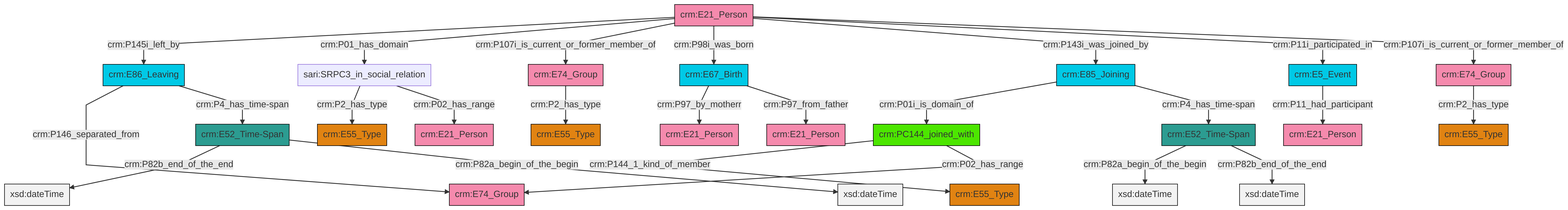
This is et/personCSV/ttl/mmd/png/Person_Actor_Relations.png from swiss-art-research-net/docs.swissartresearch, a Mermaid export, as it was before one commit. Its source is kept beside it as et/personCSV/ttl/mmd/Person_Actor_Relations.ttl.mmd. Its diagram source:
```mermaid
graph TD
classDef Literal fill:#f2f2f2,stroke:#000000;
classDef CRM_Entity fill:#FFFFFF,stroke:#000000;
classDef Temporal_Entity fill:#00C9E6, stroke:#000000;
classDef Type fill:#E18312, stroke:#000000;
classDef Time-Span fill:#2C9C91, stroke:#000000;
classDef Appellation fill:#FFEB7F, stroke:#000000;
classDef Place fill:#008836, stroke:#000000;
classDef Persistent_Item fill:#B266B2, stroke:#000000;
classDef Conceptual_Object fill:#FFD700, stroke:#000000;
classDef Physical_Thing fill:#D2B48C, stroke:#000000;
classDef Actor fill:#f58aad, stroke:#000000;
classDef PC_Classes fill:#4ce600, stroke:#000000;
classDef Multi fill:#cccccc,stroke:#000000;

0["crm:E21_Person"]:::Actor -->|crm:P145i_left_by| 2["crm:E86_Leaving"]:::Temporal_Entity
7["crm:E67_Birth"]:::Temporal_Entity -->|crm:P97_by_motherr| 8["crm:E21_Person"]:::Actor
0["crm:E21_Person"]:::Actor -->|crm:P01_has_domain| 9["sari:SRPC3_in_social_relation"]:::Default
0["crm:E21_Person"]:::Actor -->|crm:P107i_is_current_or_former_member_of| 10["crm:E74_Group"]:::Actor
18["crm:E74_Group"]:::Actor -->|crm:P2_has_type| 19["crm:E55_Type"]:::Type
2["crm:E86_Leaving"]:::Temporal_Entity -->|crm:P146_separated_from| 20["crm:E74_Group"]:::Actor
22["crm:E52_Time-Span"]:::Time-Span -->|crm:P82a_begin_of_the_begin| 24[xsd:dateTime]:::Literal
25["crm:E85_Joining"]:::Temporal_Entity -->|crm:P01i_is_domain_of| 26["crm:PC144_joined_with"]:::PC_Classes
11["crm:E5_Event"]:::Temporal_Entity -->|crm:P11_had_participant| 31["crm:E21_Person"]:::Actor
9["sari:SRPC3_in_social_relation"]:::Default -->|crm:P2_has_type| 32["crm:E55_Type"]:::Type
13["crm:E52_Time-Span"]:::Time-Span -->|crm:P82b_end_of_the_end| 35[xsd:dateTime]:::Literal
26["crm:PC144_joined_with"]:::PC_Classes -->|crm:P144_1_kind_of_member| 15["crm:E55_Type"]:::Type
0["crm:E21_Person"]:::Actor -->|crm:P98i_was_born| 7["crm:E67_Birth"]:::Temporal_Entity
9["sari:SRPC3_in_social_relation"]:::Default -->|crm:P02_has_range| 5["crm:E21_Person"]:::Actor
25["crm:E85_Joining"]:::Temporal_Entity -->|crm:P4_has_time-span| 22["crm:E52_Time-Span"]:::Time-Span
2["crm:E86_Leaving"]:::Temporal_Entity -->|crm:P4_has_time-span| 13["crm:E52_Time-Span"]:::Time-Span
0["crm:E21_Person"]:::Actor -->|crm:P143i_was_joined_by| 25["crm:E85_Joining"]:::Temporal_Entity
0["crm:E21_Person"]:::Actor -->|crm:P11i_participated_in| 11["crm:E5_Event"]:::Temporal_Entity
7["crm:E67_Birth"]:::Temporal_Entity -->|crm:P97_from_father| 28["crm:E21_Person"]:::Actor
26["crm:PC144_joined_with"]:::PC_Classes -->|crm:P02_has_range| 20["crm:E74_Group"]:::Actor
22["crm:E52_Time-Span"]:::Time-Span -->|crm:P82b_end_of_the_end| 41[xsd:dateTime]:::Literal
0["crm:E21_Person"]:::Actor -->|crm:P107i_is_current_or_former_member_of| 18["crm:E74_Group"]:::Actor
10["crm:E74_Group"]:::Actor -->|crm:P2_has_type| 3["crm:E55_Type"]:::Type
13["crm:E52_Time-Span"]:::Time-Span -->|crm:P82a_begin_of_the_begin| 46[xsd:dateTime]:::Literal
```
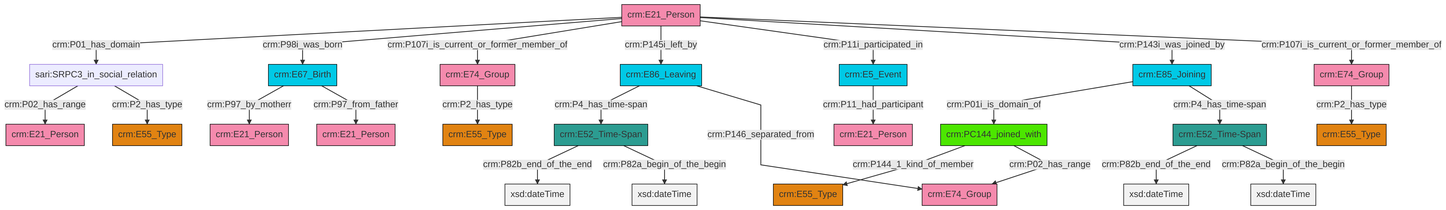
The same file after the commit.

Change to the diagram source:
```diff
@@ -13,27 +13,27 @@
 classDef PC_Classes fill:#4ce600, stroke:#000000;
 classDef Multi fill:#cccccc,stroke:#000000;
 
-0["crm:E21_Person"]:::Actor -->|crm:P145i_left_by| 2["crm:E86_Leaving"]:::Temporal_Entity
-7["crm:E67_Birth"]:::Temporal_Entity -->|crm:P97_by_motherr| 8["crm:E21_Person"]:::Actor
-0["crm:E21_Person"]:::Actor -->|crm:P01_has_domain| 9["sari:SRPC3_in_social_relation"]:::Default
-0["crm:E21_Person"]:::Actor -->|crm:P107i_is_current_or_former_member_of| 10["crm:E74_Group"]:::Actor
-18["crm:E74_Group"]:::Actor -->|crm:P2_has_type| 19["crm:E55_Type"]:::Type
-2["crm:E86_Leaving"]:::Temporal_Entity -->|crm:P146_separated_from| 20["crm:E74_Group"]:::Actor
-22["crm:E52_Time-Span"]:::Time-Span -->|crm:P82a_begin_of_the_begin| 24[xsd:dateTime]:::Literal
-25["crm:E85_Joining"]:::Temporal_Entity -->|crm:P01i_is_domain_of| 26["crm:PC144_joined_with"]:::PC_Classes
-11["crm:E5_Event"]:::Temporal_Entity -->|crm:P11_had_participant| 31["crm:E21_Person"]:::Actor
-9["sari:SRPC3_in_social_relation"]:::Default -->|crm:P2_has_type| 32["crm:E55_Type"]:::Type
-13["crm:E52_Time-Span"]:::Time-Span -->|crm:P82b_end_of_the_end| 35[xsd:dateTime]:::Literal
-26["crm:PC144_joined_with"]:::PC_Classes -->|crm:P144_1_kind_of_member| 15["crm:E55_Type"]:::Type
-0["crm:E21_Person"]:::Actor -->|crm:P98i_was_born| 7["crm:E67_Birth"]:::Temporal_Entity
-9["sari:SRPC3_in_social_relation"]:::Default -->|crm:P02_has_range| 5["crm:E21_Person"]:::Actor
-25["crm:E85_Joining"]:::Temporal_Entity -->|crm:P4_has_time-span| 22["crm:E52_Time-Span"]:::Time-Span
-2["crm:E86_Leaving"]:::Temporal_Entity -->|crm:P4_has_time-span| 13["crm:E52_Time-Span"]:::Time-Span
-0["crm:E21_Person"]:::Actor -->|crm:P143i_was_joined_by| 25["crm:E85_Joining"]:::Temporal_Entity
-0["crm:E21_Person"]:::Actor -->|crm:P11i_participated_in| 11["crm:E5_Event"]:::Temporal_Entity
-7["crm:E67_Birth"]:::Temporal_Entity -->|crm:P97_from_father| 28["crm:E21_Person"]:::Actor
-26["crm:PC144_joined_with"]:::PC_Classes -->|crm:P02_has_range| 20["crm:E74_Group"]:::Actor
-22["crm:E52_Time-Span"]:::Time-Span -->|crm:P82b_end_of_the_end| 41[xsd:dateTime]:::Literal
-0["crm:E21_Person"]:::Actor -->|crm:P107i_is_current_or_former_member_of| 18["crm:E74_Group"]:::Actor
-10["crm:E74_Group"]:::Actor -->|crm:P2_has_type| 3["crm:E55_Type"]:::Type
-13["crm:E52_Time-Span"]:::Time-Span -->|crm:P82a_begin_of_the_begin| 46[xsd:dateTime]:::Literal
+0["crm:E21_Person"]:::Actor -->|crm:P01_has_domain| 1["sari:SRPC3_in_social_relation"]:::Default
+2["crm:E52_Time-Span"]:::Time-Span -->|crm:P82b_end_of_the_end| 3[xsd:dateTime]:::Literal
+0["crm:E21_Person"]:::Actor -->|crm:P98i_was_born| 4["crm:E67_Birth"]:::Temporal_Entity
+9["crm:E74_Group"]:::Actor -->|crm:P2_has_type| 10["crm:E55_Type"]:::Type
+0["crm:E21_Person"]:::Actor -->|crm:P107i_is_current_or_former_member_of| 11["crm:E74_Group"]:::Actor
+14["crm:E52_Time-Span"]:::Time-Span -->|crm:P82b_end_of_the_end| 15[xsd:dateTime]:::Literal
+16["crm:E85_Joining"]:::Temporal_Entity -->|crm:P01i_is_domain_of| 5["crm:PC144_joined_with"]:::PC_Classes
+4["crm:E67_Birth"]:::Temporal_Entity -->|crm:P97_by_motherr| 19["crm:E21_Person"]:::Actor
+5["crm:PC144_joined_with"]:::PC_Classes -->|crm:P144_1_kind_of_member| 20["crm:E55_Type"]:::Type
+1["sari:SRPC3_in_social_relation"]:::Default -->|crm:P02_has_range| 21["crm:E21_Person"]:::Actor
+16["crm:E85_Joining"]:::Temporal_Entity -->|crm:P4_has_time-span| 14["crm:E52_Time-Span"]:::Time-Span
+2["crm:E52_Time-Span"]:::Time-Span -->|crm:P82a_begin_of_the_begin| 22[xsd:dateTime]:::Literal
+14["crm:E52_Time-Span"]:::Time-Span -->|crm:P82a_begin_of_the_begin| 28[xsd:dateTime]:::Literal
+0["crm:E21_Person"]:::Actor -->|crm:P145i_left_by| 29["crm:E86_Leaving"]:::Temporal_Entity
+0["crm:E21_Person"]:::Actor -->|crm:P11i_participated_in| 17["crm:E5_Event"]:::Temporal_Entity
+1["sari:SRPC3_in_social_relation"]:::Default -->|crm:P2_has_type| 25["crm:E55_Type"]:::Type
+29["crm:E86_Leaving"]:::Temporal_Entity -->|crm:P4_has_time-span| 2["crm:E52_Time-Span"]:::Time-Span
+29["crm:E86_Leaving"]:::Temporal_Entity -->|crm:P146_separated_from| 30["crm:E74_Group"]:::Actor
+4["crm:E67_Birth"]:::Temporal_Entity -->|crm:P97_from_father| 12["crm:E21_Person"]:::Actor
+11["crm:E74_Group"]:::Actor -->|crm:P2_has_type| 7["crm:E55_Type"]:::Type
+17["crm:E5_Event"]:::Temporal_Entity -->|crm:P11_had_participant| 43["crm:E21_Person"]:::Actor
+0["crm:E21_Person"]:::Actor -->|crm:P143i_was_joined_by| 16["crm:E85_Joining"]:::Temporal_Entity
+0["crm:E21_Person"]:::Actor -->|crm:P107i_is_current_or_former_member_of| 9["crm:E74_Group"]:::Actor
+5["crm:PC144_joined_with"]:::PC_Classes -->|crm:P02_has_range| 30["crm:E74_Group"]:::Actor
```
